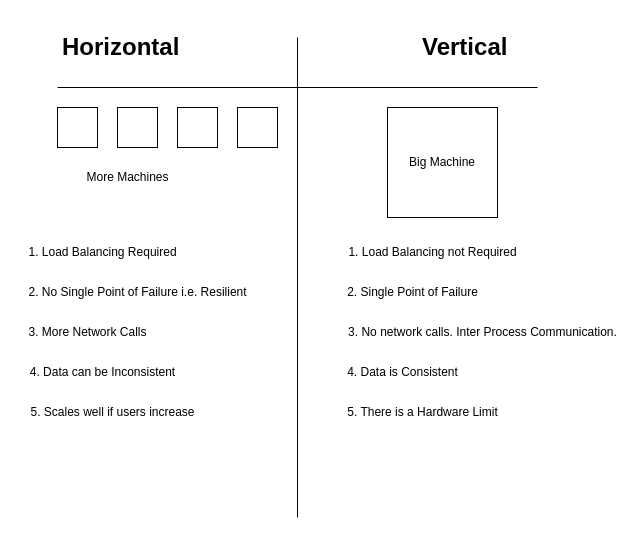
Above: HorizontalAndVerticalScaling.drawio in yalankar/yalankar (draw.io), before the change. Source tidied: cells renumbered, new cells numbered last; positions are measured from the earlier drawing's top-left corner, leaving out a move shared by most shapes. Both pictures are drawn from the tidied source at 100%, with x=0, y=0 at pixel (17, 27).
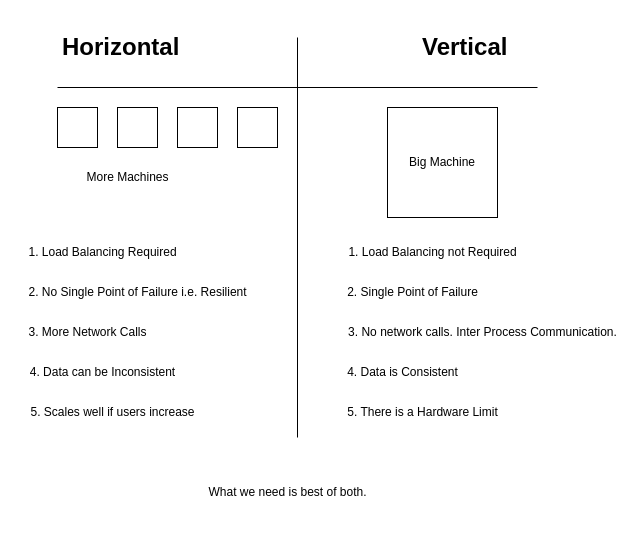
The same page after the edit.

What changed in the source:
```diff
@@
     <mxCell id="5" style="endArrow=none;html=1;rounded=0;" parent="1" edge="1">
       <mxGeometry relative="1" as="geometry">
-        <mxPoint x="280" y="490" as="sourcePoint" />
+        <mxPoint x="280" y="410" as="sourcePoint" />
         <mxPoint x="280" y="10" as="targetPoint" />
       </mxGeometry>
     </mxCell>
@@
+    <mxCell id="22" value="What we need is best of both." style="text;html=1;align=center;verticalAlign=middle;strokeColor=none;fillColor=none;" parent="1" vertex="1">
+      <mxGeometry x="180" y="450" width="180" height="30" as="geometry" />
+    </mxCell>
```
